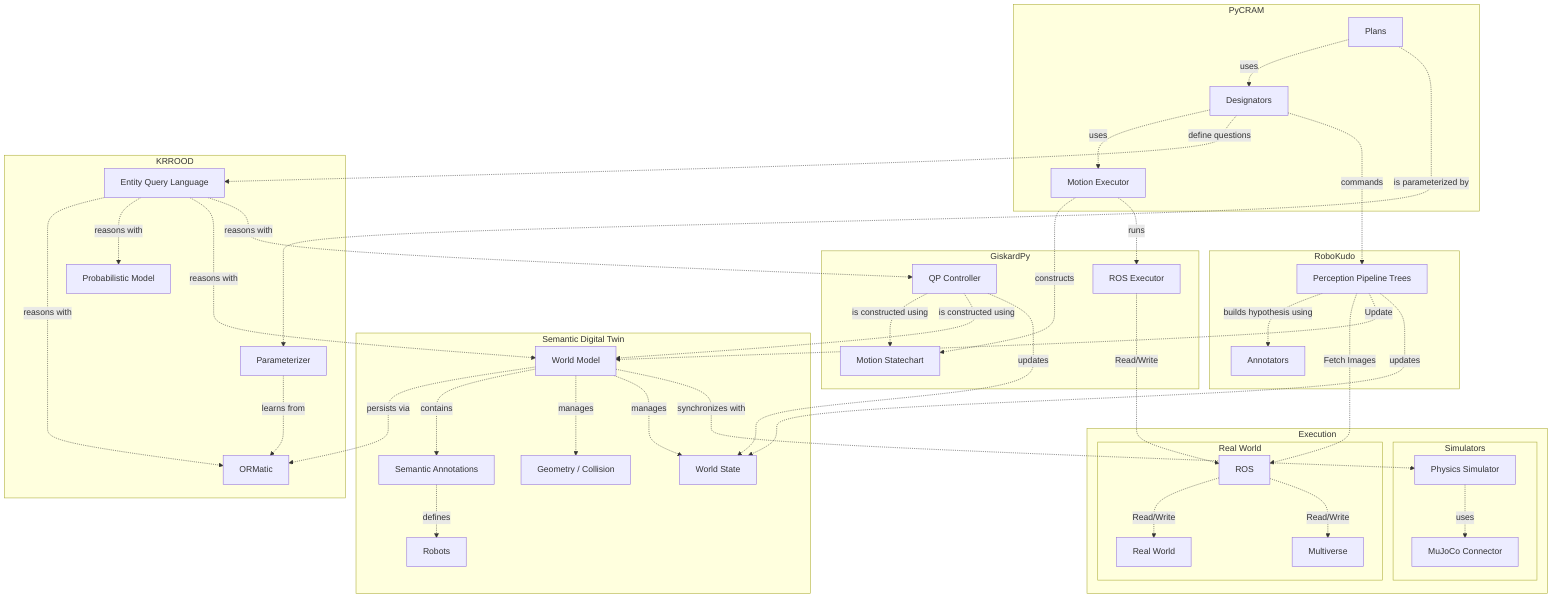
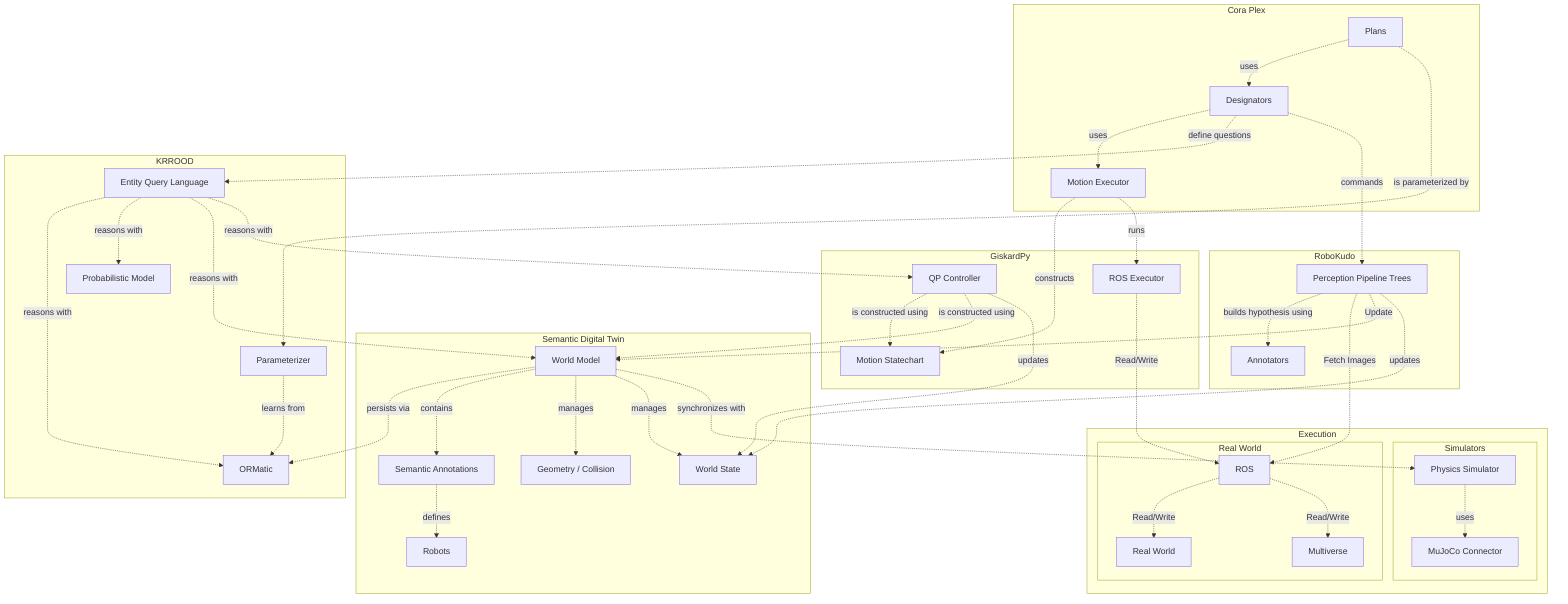
flowchart TD
    subgraph RoboKudo ["RoboKudo"]
        Pipeline[Perception Pipeline Trees]
        Annotators[Annotators]
    end

-     subgraph PyCRAM ["PyCRAM"]
+     subgraph Cora Plex ["Cora Plex"]
        Plans[Plans]
        Designators[Designators]
        MotionExecutor[Motion Executor]
    end

    subgraph SDT ["Semantic Digital Twin"]
        WorldModel[World Model]
        Annotations[Semantic Annotations]
        Geometry[Geometry / Collision]
        WorldState[World State]
        Robots[Robots]
    end

    subgraph GiskardPy ["GiskardPy"]
        Statechart[Motion Statechart]
        QPController[QP Controller]
        RosExecutor[ROS Executor]
    end

    subgraph KRROOD ["KRROOD"]
        EQL[Entity Query Language]
        ORM[ORMatic]
        PM[Probabilistic Model]
        Parameterizer[Parameterizer]
    end

    subgraph Execution ["Execution"]
        subgraph Simulators ["Simulators"]
            MultiSim[Physics Simulator]
            Mujoco[MuJoCo Connector]
        end

        subgraph RealWorld ["Real World"]
            ROS[ROS]
            Multiverse[Multiverse]
            RealWorldNode[Real World]
        end
    end


-     %% PyCRAM Relationships
+     %% Cora Plex Relationships
    Plans -.->|uses| Designators
    Plans -.->|is parameterized by| Parameterizer
    Designators -.->|uses| MotionExecutor
    Designators -.->|define questions| EQL
    Designators -.->|commands| Pipeline

    %% Motion Executor Relationships
    MotionExecutor -.->|constructs| Statechart
    MotionExecutor -.->|runs| RosExecutor

    %% RoboKudo Relationships
    Pipeline -.->|builds hypothesis using| Annotators
    Pipeline -.->|Fetch Images| ROS
    Pipeline -.->|Update| WorldModel
    Pipeline -.->|updates| WorldState

    %% KRROOD Relationships
    Parameterizer -.->|learns from| ORM
    EQL -.->|reasons with| ORM
    EQL -.->|reasons with| PM
    EQL -.->|reasons with| WorldModel
    EQL -.->|reasons with| QPController

    %% Semantic Digital Twin Relationships
    WorldModel -.->|persists via| ORM
    WorldModel -.->|contains| Annotations
    WorldModel -.->|manages| Geometry
    WorldModel -.->|manages| WorldState
    WorldModel -.->|synchronizes with| MultiSim
    Annotations -.->|defines| Robots

    %% GiskardPy Relationships
    QPController -.->|is constructed using| Statechart
    QPController -.->|is constructed using| WorldModel
    QPController -.->|updates| WorldState

    %% Real World Relationships
    RosExecutor -.->|Read/Write| ROS
    ROS -.->|Read/Write| RealWorldNode
    ROS -.->|Read/Write| Multiverse

    %% Simulators Relationships
    MultiSim -.->|uses| Mujoco
